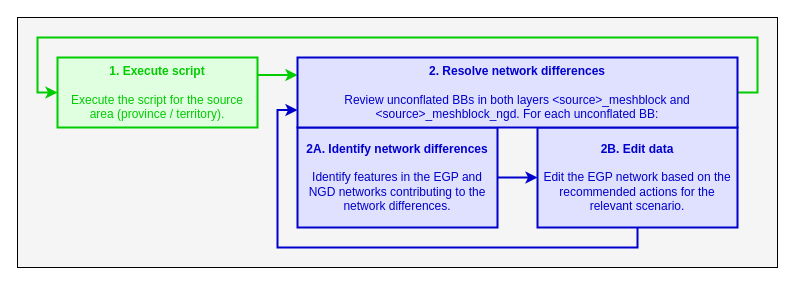
The draw.io diagram docs/source/_static/meshblock_conflation/editing_process_meshblock_conflation.drawio in StatCan/egp-crn, before the edit. Source tidied: cells renumbered, new cells numbered last; positions are measured from the earlier drawing's top-left corner, leaving out a move shared by most shapes. Both pictures are drawn from the tidied source at 100%, with x=0, y=0 at pixel (17, 17).
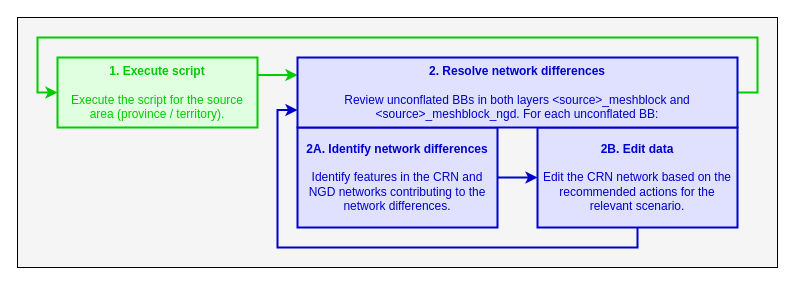
After the change.

The edit, as a diff of the source:
```diff
@@
 <mxGraphModel>
   <root>
     <mxCell id="0" />
     <mxCell id="1" parent="0" />
     <mxCell id="2" style="rounded=0;whiteSpace=wrap;html=1;strokeColor=#000000;strokeWidth=1;fillColor=#F5F5F5;" parent="1" vertex="1">
       <mxGeometry width="760" height="250" as="geometry" />
     </mxCell>
     <mxCell id="3" style="edgeStyle=orthogonalEdgeStyle;rounded=0;jettySize=auto;html=1;entryX=0;entryY=0.25;entryDx=0;entryDy=0;fontColor=#0000CC;strokeColor=#00CC00;exitX=1;exitY=0.25;exitDx=0;exitDy=0;strokeWidth=2;" parent="1" edge="1" source="4" target="10">
       <mxGeometry relative="1" as="geometry" />
     </mxCell>
     <mxCell id="4" value="&lt;font&gt;&lt;b&gt;1. Execute script&lt;/b&gt;&lt;br&gt;&lt;br&gt;Execute the script for the source area (province / territory).&lt;/font&gt;" style="rounded=0;whiteSpace=wrap;html=1;strokeColor=#00CC00;strokeWidth=2;fillColor=#E0FFE0;align=center;verticalAlign=middle;fontColor=#00CC00;" parent="1" vertex="1">
       <mxGeometry x="40" y="40" width="200" height="70" as="geometry" />
     </mxCell>
     <mxCell id="5" style="edgeStyle=orthogonalEdgeStyle;rounded=0;jettySize=auto;html=1;strokeColor=#0000CC;strokeWidth=2;" parent="1" edge="1" source="6" target="8">
       <mxGeometry relative="1" as="geometry" />
     </mxCell>
-    <mxCell id="6" value="&lt;font&gt;&lt;b&gt;2A. Identify network differences&lt;/b&gt;&lt;br&gt;&lt;br&gt;Identify features in the EGP and NGD networks contributing to the network differences.&lt;/font&gt;" style="rounded=0;whiteSpace=wrap;html=1;strokeColor=#0000CC;strokeWidth=2;fillColor=#E0E0FF;align=center;verticalAlign=middle;fontColor=#0000CC;" parent="1" vertex="1">
+    <mxCell id="6" value="&lt;font&gt;&lt;b&gt;2A. Identify network differences&lt;/b&gt;&lt;br&gt;&lt;br&gt;Identify features in the CRN and NGD networks contributing to the network differences.&lt;/font&gt;" style="rounded=0;whiteSpace=wrap;html=1;strokeColor=#0000CC;strokeWidth=2;fillColor=#E0E0FF;align=center;verticalAlign=middle;fontColor=#0000CC;" parent="1" vertex="1">
       <mxGeometry x="280" y="110" width="200" height="100" as="geometry" />
     </mxCell>
     <mxCell id="7" style="edgeStyle=orthogonalEdgeStyle;rounded=0;jettySize=auto;html=1;entryX=0;entryY=0.75;entryDx=0;entryDy=0;strokeColor=#0000CC;strokeWidth=2;" parent="1" edge="1" source="8" target="10">
       <mxGeometry relative="1" as="geometry">
         <Array as="points">
           <mxPoint x="620" y="230" />
           <mxPoint x="260" y="230" />
           <mxPoint x="260" y="93" />
         </Array>
       </mxGeometry>
     </mxCell>
-    <mxCell id="8" value="&lt;font&gt;&lt;b&gt;2B. Edit data&lt;/b&gt;&lt;br&gt;&lt;br&gt;Edit the EGP network based on the recommended actions for the relevant scenario.&lt;/font&gt;" style="rounded=0;whiteSpace=wrap;html=1;strokeColor=#0000CC;strokeWidth=2;fillColor=#E0E0FF;align=center;verticalAlign=middle;fontColor=#0000CC;" parent="1" vertex="1">
+    <mxCell id="8" value="&lt;font&gt;&lt;b&gt;2B. Edit data&lt;/b&gt;&lt;br&gt;&lt;br&gt;Edit the CRN network based on the recommended actions for the relevant scenario.&lt;/font&gt;" style="rounded=0;whiteSpace=wrap;html=1;strokeColor=#0000CC;strokeWidth=2;fillColor=#E0E0FF;align=center;verticalAlign=middle;fontColor=#0000CC;" parent="1" vertex="1">
       <mxGeometry x="520" y="110" width="200" height="100" as="geometry" />
     </mxCell>
     <mxCell id="9" style="edgeStyle=orthogonalEdgeStyle;rounded=0;jettySize=auto;html=1;entryX=0;entryY=0.5;entryDx=0;entryDy=0;exitX=1;exitY=0.5;exitDx=0;exitDy=0;strokeWidth=2;strokeColor=#00CC00;" parent="1" edge="1" source="10" target="4">
       <mxGeometry relative="1" as="geometry">
         <Array as="points">
           <mxPoint x="740" y="75" />
           <mxPoint x="740" y="20" />
           <mxPoint x="20" y="20" />
           <mxPoint x="20" y="75" />
         </Array>
       </mxGeometry>
     </mxCell>
     <mxCell id="10" value="&lt;font&gt;&lt;b&gt;2. Resolve network differences&lt;/b&gt;&lt;br&gt;&lt;br&gt;Review unconflated BBs in both layers &amp;lt;source&amp;gt;_meshblock and &amp;lt;source&amp;gt;_meshblock_ngd. For each unconflated BB:&lt;/font&gt;" style="rounded=0;whiteSpace=wrap;html=1;strokeColor=#0000CC;strokeWidth=2;fillColor=#E0E0FF;align=center;verticalAlign=middle;fontColor=#0000CC;" parent="1" vertex="1">
       <mxGeometry x="280" y="40" width="440" height="70" as="geometry" />
     </mxCell>
   </root>
 </mxGraphModel>
```
